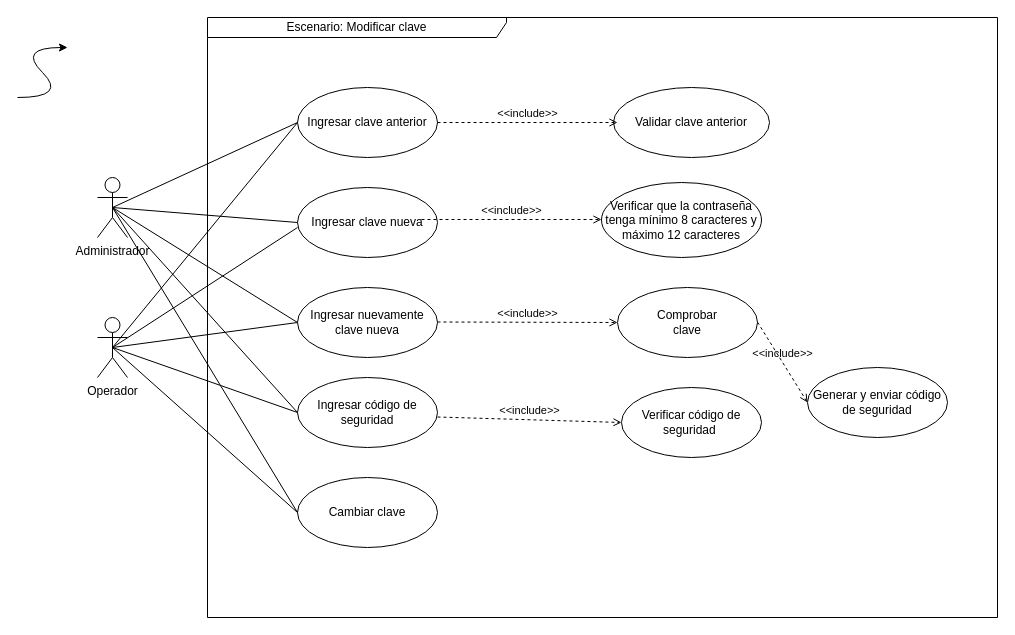
The draw.io diagram page "Modificar Clave" (5 of 13) of documentacion/Untitled Diagram.drawio in nicasop/PROYECTO_INTEGRADOR_P58, before the edit. Source tidied: cells renumbered, new cells numbered last; positions are measured from the earlier drawing's top-left corner, leaving out a move shared by most shapes. Both pictures are drawn from the tidied source at 100%, with x=0, y=0 at pixel (17, 17).
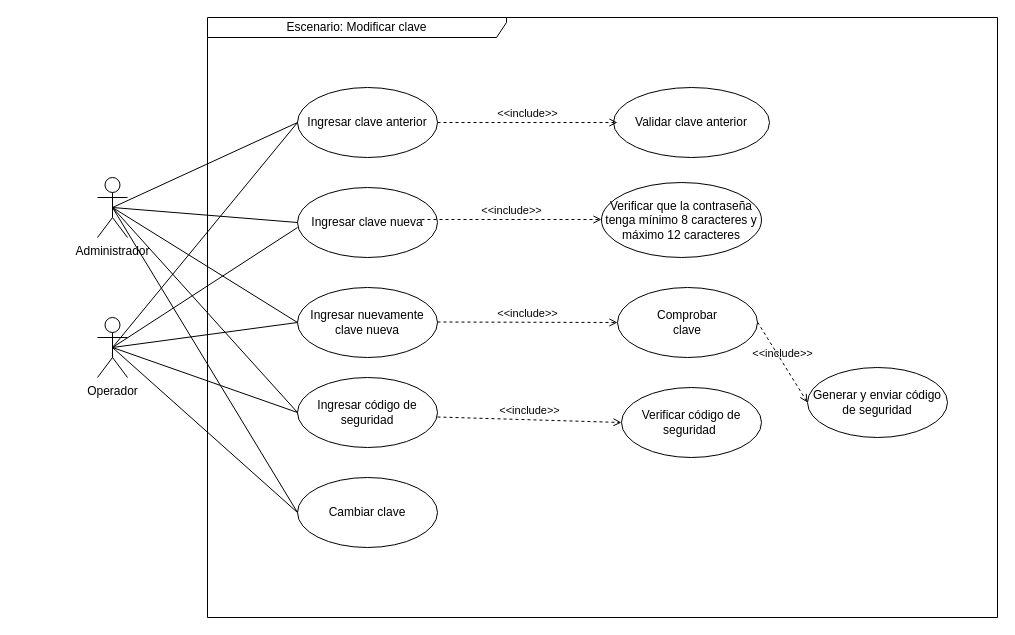
The same page after the edit.

Change to the diagram source:
```diff
@@
-    <mxCell id="30" style="curved=1;endArrow=classic;html=1;" parent="1" edge="1">
-      <mxGeometry relative="1" as="geometry">
-        <mxPoint y="80" as="sourcePoint" />
-        <mxPoint x="50" y="30" as="targetPoint" />
-        <Array as="points">
-          <mxPoint x="50" y="80" />
-          <mxPoint y="30" />
-        </Array>
-      </mxGeometry>
-    </mxCell>
```
